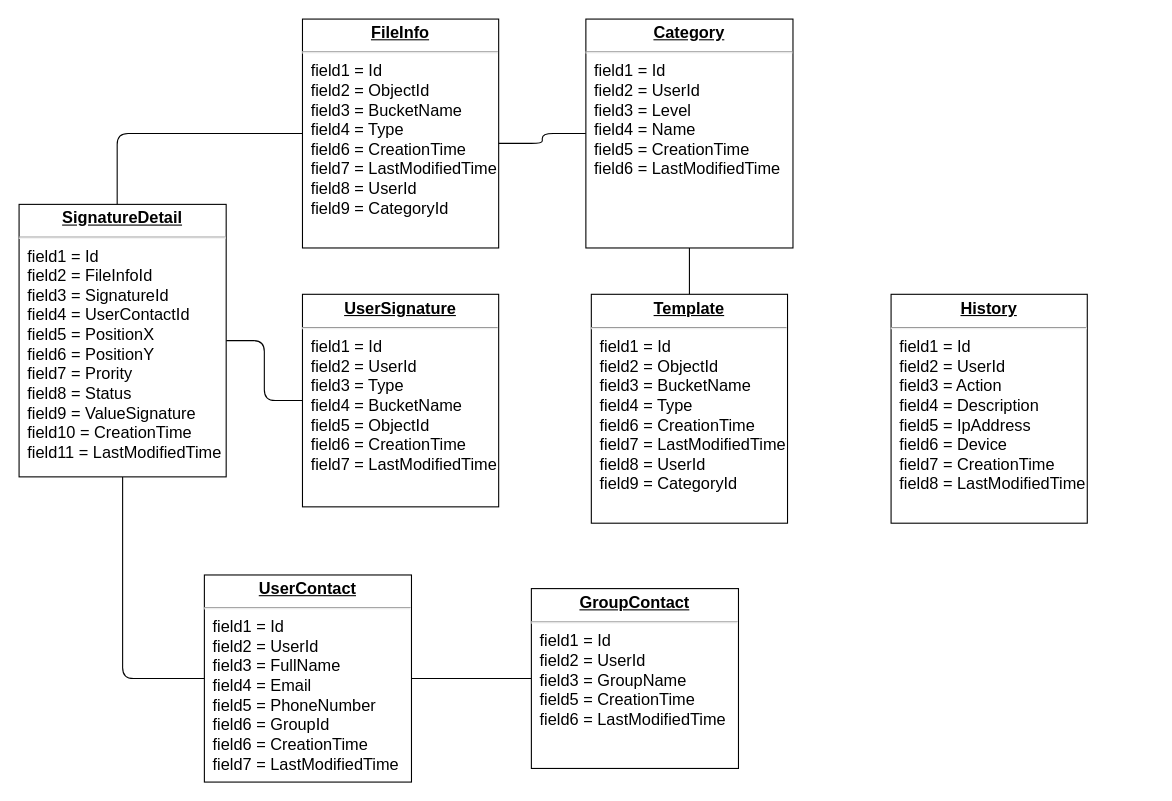
Above: DatabaseDiagram.drawio in thangmt1997/app_sales (draw.io), before the change. Source tidied: cells renumbered, new cells numbered last; positions are measured from the earlier drawing's top-left corner, leaving out a move shared by most shapes. Both pictures are drawn from the tidied source at 109%, with x=0, y=0 at pixel (19, 19).
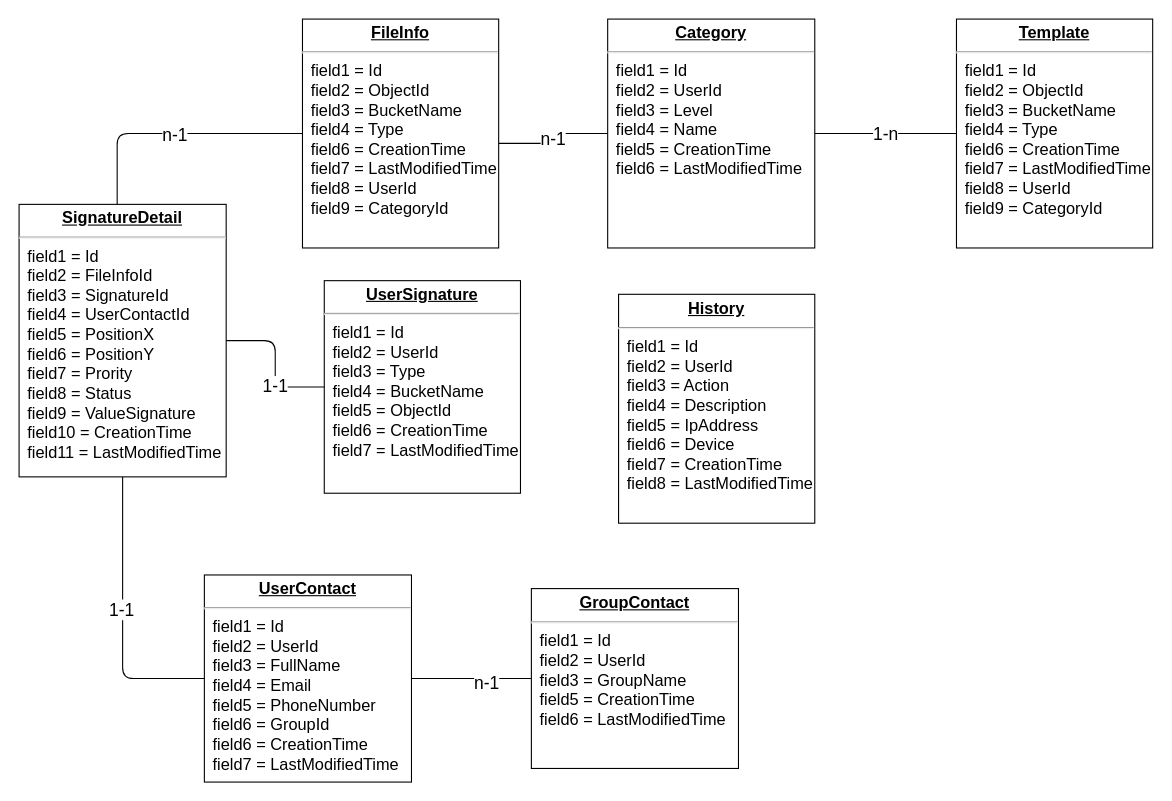
The same diagram, later.

The change refers to these unchanged cells:
```xml
<mxCell id="2" value="&lt;p style=&quot;margin: 4px 0px 0px ; text-align: center ; text-decoration: underline ; font-size: 15px&quot;&gt;&lt;b style=&quot;font-size: 15px&quot;&gt;FileInfo&lt;/b&gt;&lt;/p&gt;&lt;hr style=&quot;font-size: 15px&quot;&gt;&lt;p style=&quot;margin: 0px 0px 0px 8px ; font-size: 15px&quot;&gt;field1 = Id&lt;br style=&quot;font-size: 15px&quot;&gt;field2 = ObjectId&lt;br style=&quot;font-size: 15px&quot;&gt;field3 = BucketName&lt;/p&gt;&lt;p style=&quot;margin: 0px 0px 0px 8px ; font-size: 15px&quot;&gt;field4 = Type&lt;/p&gt;&lt;p style=&quot;margin: 0px 0px 0px 8px ; font-size: 15px&quot;&gt;field6 = CreationTime&lt;br style=&quot;font-size: 15px&quot;&gt;&lt;/p&gt;&lt;p style=&quot;margin: 0px 0px 0px 8px ; font-size: 15px&quot;&gt;field7 = LastModifiedTime&lt;br&gt;field8 = UserId&lt;br&gt;&lt;/p&gt;&lt;p style=&quot;margin: 0px 0px 0px 8px ; font-size: 15px&quot;&gt;field9 = CategoryId&lt;/p&gt;" style="verticalAlign=top;align=left;overflow=fill;fontSize=15;fontFamily=Helvetica;html=1;rounded=0;shadow=0;comic=0;labelBackgroundColor=none;strokeWidth=1;glass=0;" parent="1" vertex="1">
  <mxGeometry x="260" width="180" height="210" as="geometry" />
</mxCell>
<mxCell id="3" style="edgeStyle=orthogonalEdgeStyle;rounded=1;jettySize=auto;html=1;entryX=1;entryY=0.5;entryDx=0;entryDy=0;fontSize=15;endArrow=none;endFill=0;strokeColor=#000000;" parent="1" edge="1" source="4" target="11">
  <mxGeometry relative="1" as="geometry" />
</mxCell>
<mxCell id="10" style="edgeStyle=orthogonalEdgeStyle;rounded=1;jettySize=auto;html=1;entryX=0;entryY=0.5;entryDx=0;entryDy=0;endArrow=none;endFill=0;" parent="1" edge="1" source="11" target="5">
  <mxGeometry relative="1" as="geometry" />
</mxCell>
<mxCell id="11" value="&lt;p style=&quot;margin: 4px 0px 0px ; text-align: center ; text-decoration: underline ; font-size: 15px&quot;&gt;&lt;b style=&quot;font-size: 15px&quot;&gt;SignatureDetail&lt;/b&gt;&lt;/p&gt;&lt;hr style=&quot;font-size: 15px&quot;&gt;&lt;p style=&quot;margin: 0px 0px 0px 8px ; font-size: 15px&quot;&gt;field1 = Id&lt;br style=&quot;font-size: 15px&quot;&gt;field2 = FileInfoId&lt;/p&gt;&lt;p style=&quot;margin: 0px 0px 0px 8px&quot;&gt;field3 = SignatureId&lt;/p&gt;&lt;p style=&quot;margin: 0px 0px 0px 8px&quot;&gt;field4 = UserContactId&lt;/p&gt;&lt;p style=&quot;margin: 0px 0px 0px 8px ; font-size: 15px&quot;&gt;field5 = PositionX&lt;/p&gt;&lt;p style=&quot;margin: 0px 0px 0px 8px ; font-size: 15px&quot;&gt;field6 = PositionY&lt;/p&gt;&lt;p style=&quot;margin: 0px 0px 0px 8px ; font-size: 15px&quot;&gt;field7 = Prority&lt;br&gt;&lt;/p&gt;&lt;p style=&quot;margin: 0px 0px 0px 8px ; font-size: 15px&quot;&gt;field8 = Status&lt;/p&gt;&lt;p style=&quot;margin: 0px 0px 0px 8px ; font-size: 15px&quot;&gt;field9 = ValueSignature&lt;/p&gt;&lt;p style=&quot;margin: 0px 0px 0px 8px&quot;&gt;field10 = CreationTime&lt;br&gt;&lt;/p&gt;&lt;p style=&quot;margin: 0px 0px 0px 8px&quot;&gt;field11 = LastModifiedTime&lt;/p&gt;&lt;p style=&quot;margin: 0px 0px 0px 8px&quot;&gt;&lt;br&gt;&lt;/p&gt;" style="verticalAlign=top;align=left;overflow=fill;fontSize=15;fontFamily=Helvetica;html=1;rounded=0;shadow=0;comic=0;labelBackgroundColor=none;strokeWidth=1;" parent="1" vertex="1">
  <mxGeometry y="170" width="190" height="250" as="geometry" />
</mxCell>
<mxCell id="12" style="edgeStyle=orthogonalEdgeStyle;rounded=1;jettySize=auto;html=1;exitX=0;exitY=0.5;exitDx=0;exitDy=0;endArrow=none;endFill=0;" parent="1" edge="1" source="13" target="5">
  <mxGeometry relative="1" as="geometry" />
</mxCell>
```

Diff of the diagram source:
```diff
@@
+    <mxCell id="16" value="1-1" style="edgeLabel;html=1;align=center;verticalAlign=middle;fontSize=16;" parent="3" vertex="1">
+      <mxGeometry x="-0.31" y="1" relative="1" as="geometry" />
+    </mxCell>
     <mxCell id="4" value="&lt;p style=&quot;margin: 4px 0px 0px ; text-align: center ; text-decoration: underline ; font-size: 15px&quot;&gt;&lt;b style=&quot;font-size: 15px&quot;&gt;UserSignature&lt;/b&gt;&lt;/p&gt;&lt;hr style=&quot;font-size: 15px&quot;&gt;&lt;p style=&quot;margin: 0px 0px 0px 8px ; font-size: 15px&quot;&gt;field1 = Id&lt;br style=&quot;font-size: 15px&quot;&gt;field2 = UserId&lt;br style=&quot;font-size: 15px&quot;&gt;field3 = Type&lt;/p&gt;&lt;p style=&quot;margin: 0px 0px 0px 8px ; font-size: 15px&quot;&gt;field4 = BucketName&lt;/p&gt;&lt;p style=&quot;margin: 0px 0px 0px 8px ; font-size: 15px&quot;&gt;field5 = ObjectId&lt;br style=&quot;font-size: 15px&quot;&gt;&lt;/p&gt;&lt;p style=&quot;margin: 0px 0px 0px 8px&quot;&gt;field6 = CreationTime&lt;br&gt;&lt;/p&gt;&lt;p style=&quot;margin: 0px 0px 0px 8px&quot;&gt;field7 = LastModifiedTime&lt;/p&gt;" style="verticalAlign=top;align=left;overflow=fill;fontSize=15;fontFamily=Helvetica;html=1;rounded=0;shadow=0;comic=0;labelBackgroundColor=none;strokeWidth=1;" parent="1" vertex="1">
-      <mxGeometry x="260" y="252.5" width="180" height="195" as="geometry" />
+      <mxGeometry x="280" y="240" width="180" height="195" as="geometry" />
     </mxCell>
@@
-    <mxCell id="6" style="edgeStyle=orthogonalEdgeStyle;rounded=1;jettySize=auto;html=1;entryX=1;entryY=0.543;entryDx=0;entryDy=0;entryPerimeter=0;endArrow=none;endFill=0;" parent="1" edge="1" source="8" target="2">
+    <mxCell id="6" value="n-1" style="edgeStyle=orthogonalEdgeStyle;rounded=1;jettySize=auto;html=1;entryX=1;entryY=0.543;entryDx=0;entryDy=0;entryPerimeter=0;endArrow=none;endFill=0;fontSize=16;" parent="1" edge="1" source="8" target="2">
       <mxGeometry relative="1" as="geometry" />
     </mxCell>
-    <mxCell id="7" style="edgeStyle=orthogonalEdgeStyle;rounded=1;jettySize=auto;html=1;entryX=0.5;entryY=0;entryDx=0;entryDy=0;endArrow=none;endFill=0;" parent="1" edge="1" source="8" target="14">
+    <mxCell id="7" value="1-n" style="edgeStyle=orthogonalEdgeStyle;rounded=1;jettySize=auto;html=1;entryX=0;entryY=0.5;entryDx=0;entryDy=0;endArrow=none;endFill=0;fontSize=16;" parent="1" edge="1" source="8" target="14">
       <mxGeometry relative="1" as="geometry" />
     </mxCell>
     <mxCell id="8" value="&lt;p style=&quot;margin: 4px 0px 0px ; text-align: center ; text-decoration: underline ; font-size: 15px&quot;&gt;&lt;b style=&quot;font-size: 15px&quot;&gt;Category&lt;/b&gt;&lt;/p&gt;&lt;hr style=&quot;font-size: 15px&quot;&gt;&lt;p style=&quot;margin: 0px 0px 0px 8px ; font-size: 15px&quot;&gt;field1 = Id&lt;br style=&quot;font-size: 15px&quot;&gt;field2 = UserId&lt;br style=&quot;font-size: 15px&quot;&gt;field3 = Level&lt;/p&gt;&lt;p style=&quot;margin: 0px 0px 0px 8px ; font-size: 15px&quot;&gt;field4 = Name&lt;br style=&quot;font-size: 15px&quot;&gt;&lt;/p&gt;&lt;p style=&quot;margin: 0px 0px 0px 8px&quot;&gt;field5 = CreationTime&lt;br&gt;&lt;/p&gt;&lt;p style=&quot;margin: 0px 0px 0px 8px&quot;&gt;field6 = LastModifiedTime&lt;/p&gt;" style="verticalAlign=top;align=left;overflow=fill;fontSize=15;fontFamily=Helvetica;html=1;rounded=0;shadow=0;comic=0;labelBackgroundColor=none;strokeWidth=1;" parent="1" vertex="1">
-      <mxGeometry x="520" width="190" height="210" as="geometry" />
+      <mxGeometry x="540" width="190" height="210" as="geometry" />
     </mxCell>
-    <mxCell id="9" style="edgeStyle=orthogonalEdgeStyle;rounded=1;jettySize=auto;html=1;entryX=0;entryY=0.5;entryDx=0;entryDy=0;endArrow=none;endFill=0;" parent="1" edge="1" source="11" target="2">
+    <mxCell id="9" value="n-1" style="edgeStyle=orthogonalEdgeStyle;rounded=1;jettySize=auto;entryX=0;entryY=0.5;entryDx=0;entryDy=0;endArrow=none;endFill=0;fontSize=16;spacingTop=1;spacingLeft=0;html=1;" parent="1" edge="1" source="11" target="2">
       <mxGeometry relative="1" as="geometry">
         <Array as="points">
           <mxPoint x="90" y="105" />
         </Array>
       </mxGeometry>
     </mxCell>
@@
+    <mxCell id="17" value="1-1" style="edgeLabel;html=1;align=center;verticalAlign=middle;fontSize=16;" parent="10" vertex="1">
+      <mxGeometry x="-0.07" y="-2" relative="1" as="geometry" />
+    </mxCell>
@@
+    <mxCell id="18" value="n-1" style="edgeLabel;html=1;align=center;verticalAlign=middle;fontSize=16;" parent="12" vertex="1">
+      <mxGeometry x="-0.23" y="3" relative="1" as="geometry" />
+    </mxCell>
@@
     <mxCell id="14" value="&lt;p style=&quot;margin: 4px 0px 0px ; text-align: center ; text-decoration: underline ; font-size: 15px&quot;&gt;&lt;b&gt;Template&lt;/b&gt;&lt;/p&gt;&lt;hr style=&quot;font-size: 15px&quot;&gt;&lt;p style=&quot;margin: 0px 0px 0px 8px ; font-size: 15px&quot;&gt;field1 = Id&lt;br style=&quot;font-size: 15px&quot;&gt;field2 = ObjectId&lt;br style=&quot;font-size: 15px&quot;&gt;field3 = BucketName&lt;/p&gt;&lt;p style=&quot;margin: 0px 0px 0px 8px ; font-size: 15px&quot;&gt;field4 = Type&lt;/p&gt;&lt;p style=&quot;margin: 0px 0px 0px 8px ; font-size: 15px&quot;&gt;field6 = CreationTime&lt;br style=&quot;font-size: 15px&quot;&gt;&lt;/p&gt;&lt;p style=&quot;margin: 0px 0px 0px 8px ; font-size: 15px&quot;&gt;field7 = LastModifiedTime&lt;br&gt;field8 = UserId&lt;br&gt;&lt;/p&gt;&lt;p style=&quot;margin: 0px 0px 0px 8px ; font-size: 15px&quot;&gt;field9 = CategoryId&lt;/p&gt;" style="verticalAlign=top;align=left;overflow=fill;fontSize=15;fontFamily=Helvetica;html=1;rounded=0;shadow=0;comic=0;labelBackgroundColor=none;strokeWidth=1;glass=0;" parent="1" vertex="1">
-      <mxGeometry x="525" y="252.5" width="180" height="210" as="geometry" />
+      <mxGeometry x="860" width="180" height="210" as="geometry" />
     </mxCell>
     <mxCell id="15" value="&lt;p style=&quot;margin: 4px 0px 0px ; text-align: center ; text-decoration: underline ; font-size: 15px&quot;&gt;&lt;b&gt;History&lt;/b&gt;&lt;/p&gt;&lt;hr style=&quot;font-size: 15px&quot;&gt;&lt;p style=&quot;margin: 0px 0px 0px 8px ; font-size: 15px&quot;&gt;field1 = Id&lt;br style=&quot;font-size: 15px&quot;&gt;field2 = UserId&lt;br style=&quot;font-size: 15px&quot;&gt;field3 = Action&lt;/p&gt;&lt;p style=&quot;margin: 0px 0px 0px 8px ; font-size: 15px&quot;&gt;field4 = Description&lt;/p&gt;&lt;p style=&quot;margin: 0px 0px 0px 8px ; font-size: 15px&quot;&gt;field5 = IpAddress&lt;br&gt;&lt;/p&gt;&lt;p style=&quot;margin: 0px 0px 0px 8px ; font-size: 15px&quot;&gt;field6 = Device&lt;br&gt;&lt;/p&gt;&lt;p style=&quot;margin: 0px 0px 0px 8px ; font-size: 15px&quot;&gt;field7 = CreationTime&lt;br style=&quot;font-size: 15px&quot;&gt;&lt;/p&gt;&lt;p style=&quot;margin: 0px 0px 0px 8px ; font-size: 15px&quot;&gt;field8 = LastModifiedTime&lt;br&gt;&lt;br&gt;&lt;/p&gt;" style="verticalAlign=top;align=left;overflow=fill;fontSize=15;fontFamily=Helvetica;html=1;rounded=0;shadow=0;comic=0;labelBackgroundColor=none;strokeWidth=1;glass=0;" parent="1" vertex="1">
-      <mxGeometry x="800" y="252.5" width="180" height="210" as="geometry" />
+      <mxGeometry x="550" y="252.5" width="180" height="210" as="geometry" />
     </mxCell>
```
